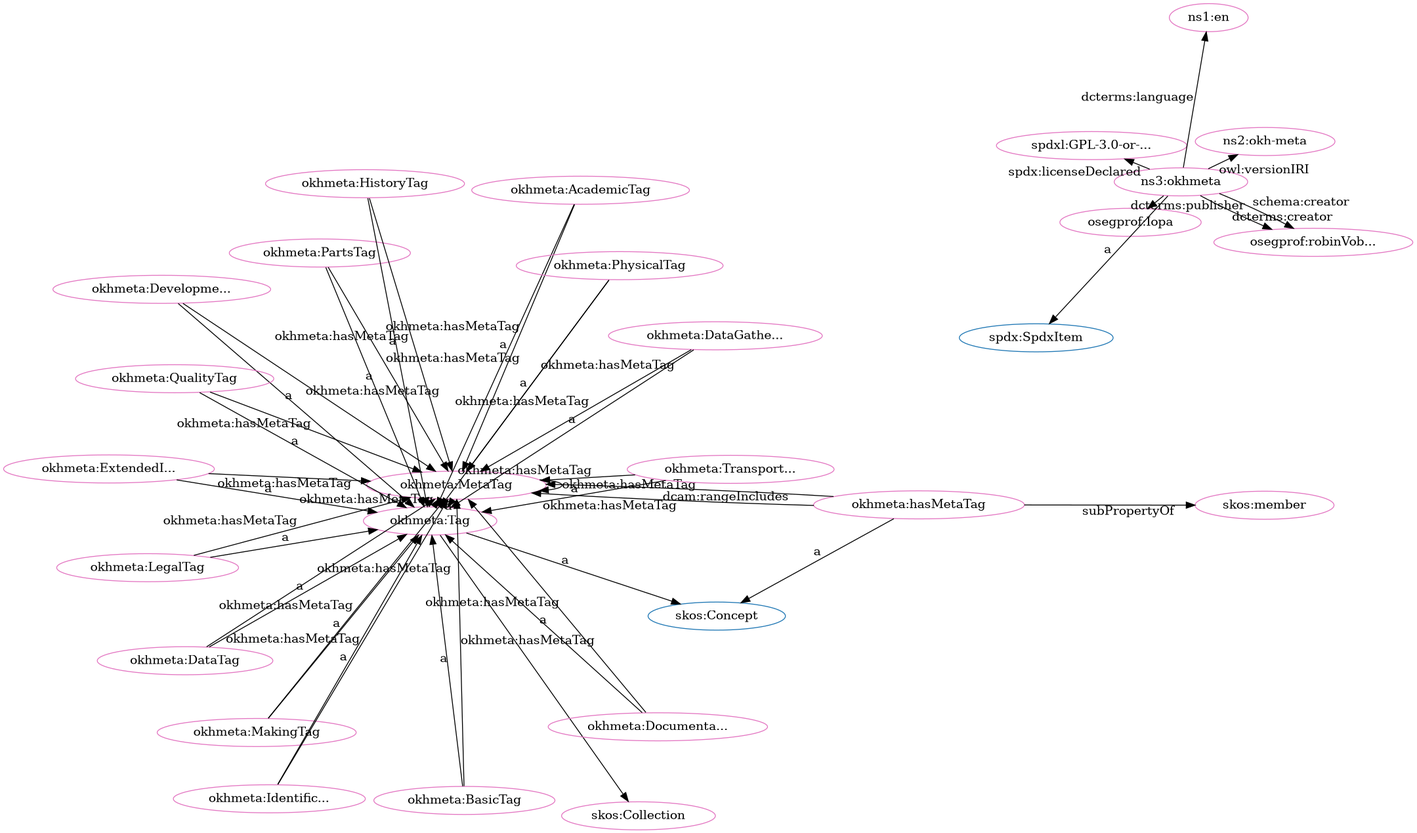
This is src/spec/dot_okh-meta-clean.png from iop-alliance/OpenKnowHow, a Graphviz export, as it was before one commit. Its source is kept beside it as src/spec/dot_okh-meta-clean.dot.
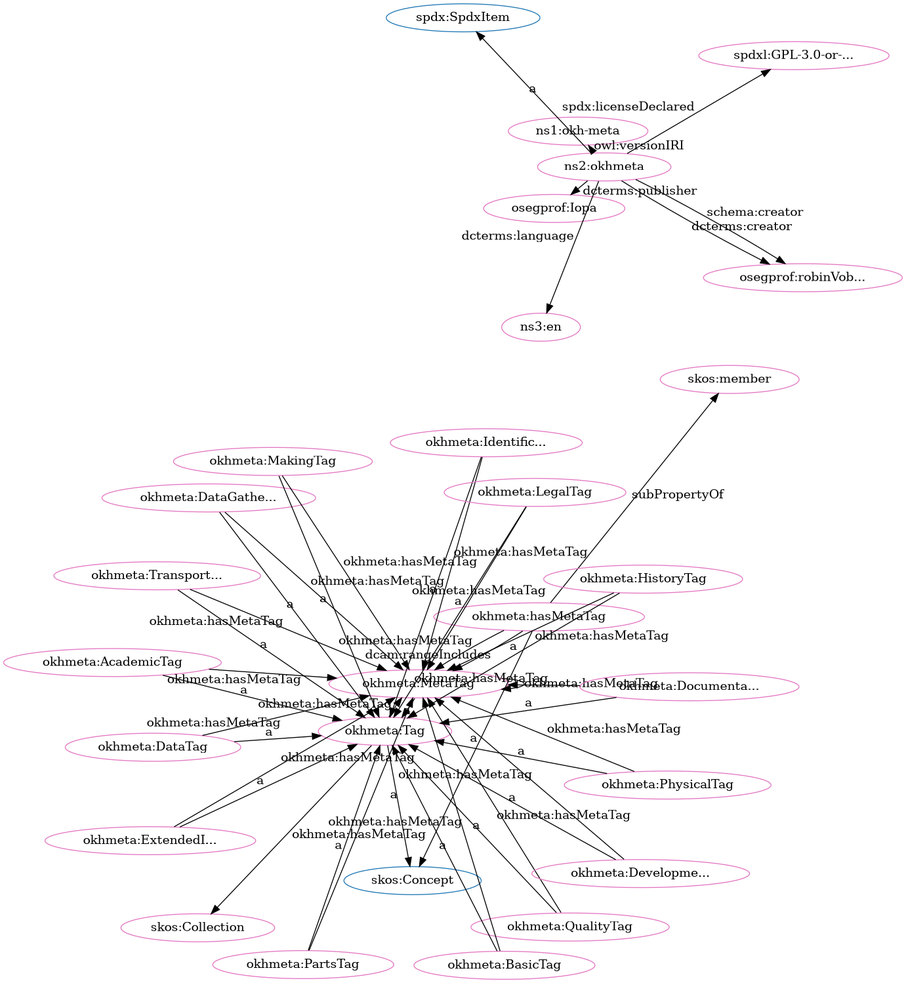
After the change.

What changed in the source:
```diff
@@ -1,80 +1,80 @@
 digraph G {
   rankdir=BT
   node[height=.3]
+"http://w3id.org/oseg/ont/okhmeta#Tag" [fillcolor="#1f77b4" color="#1f77b4" label="okhmeta:Tag"]
 "http://www.w3.org/2004/02/skos/core#Collection" [fillcolor="#1f77b4" color="#1f77b4" label="skos:Collection"]
+"http://www.w3.org/2004/02/skos/core#Concept" [fillcolor="#1f77b4" color="#1f77b4" label="skos:Concept"]
 "http://spdx.org/rdf/terms#SpdxItem" [fillcolor="#1f77b4" color="#1f77b4" label="spdx:SpdxItem"]
-"http://www.w3.org/2004/02/skos/core#Concept" [fillcolor="#1f77b4" color="#1f77b4" label="skos:Concept"]
-"http://w3id.org/oseg/ont/okhmeta#Tag" [fillcolor="#1f77b4" color="#1f77b4" label="okhmeta:Tag"]
+"http://w3id.org/oseg/ont/okhmeta#DataGatheringTag" [fillcolor="#e377c2" color="#e377c2" label="okhmeta:DataGathe..."]
+"http://w3id.org/oseg/ont/oseg-profiles#robinVobruba" [fillcolor="#e377c2" color="#e377c2" label="osegprof:robinVob..."]
+"http://w3id.org/oseg/ont/okhmeta#TransportationTag" [fillcolor="#e377c2" color="#e377c2" label="okhmeta:Transport..."]
 "http://w3id.org/oseg/ont/okhmeta#MetaTag" [fillcolor="#e377c2" color="#e377c2" label="okhmeta:MetaTag"]
-"http://w3id.org/oseg/ont/oseg-profiles#robinVobruba" [fillcolor="#e377c2" color="#e377c2" label="osegprof:robinVob..."]
-"http://w3id.org/oseg/ont/okhmeta#DataGatheringTag" [fillcolor="#e377c2" color="#e377c2" label="okhmeta:DataGathe..."]
+"http://w3id.org/oseg/ont/okhmeta#ExtendedInfoTag" [fillcolor="#e377c2" color="#e377c2" label="okhmeta:ExtendedI..."]
+"http://w3id.org/oseg/ont/okhmeta#QualityTag" [fillcolor="#e377c2" color="#e377c2" label="okhmeta:QualityTag"]
+"http://w3id.org/oseg/ont/okhmeta#DataTag" [fillcolor="#e377c2" color="#e377c2" label="okhmeta:DataTag"]
 "http://w3id.org/oseg/ont/okhmeta#Tag" [fillcolor="#e377c2" color="#e377c2" label="okhmeta:Tag"]
+"http://w3id.org/oseg/ont/okhmeta#BasicTag" [fillcolor="#e377c2" color="#e377c2" label="okhmeta:BasicTag"]
+"http://w3id.org/oseg/ont/okhmeta#DevelopmentTag" [fillcolor="#e377c2" color="#e377c2" label="okhmeta:Developme..."]
 "http://w3id.org/oseg/ont/oseg-profiles#Iopa" [fillcolor="#e377c2" color="#e377c2" label="osegprof:Iopa"]
+"http://w3id.org/oseg/ont/1.1.0/okh-meta" [fillcolor="#e377c2" color="#e377c2" label="ns1:okh-meta"]
+"http://w3id.org/oseg/ont/okhmeta#MakingTag" [fillcolor="#e377c2" color="#e377c2" label="okhmeta:MakingTag"]
+"http://w3id.org/oseg/ont/okhmeta#hasMetaTag" [fillcolor="#e377c2" color="#e377c2" label="okhmeta:hasMetaTag"]
+"http://w3id.org/oseg/ont/okhmeta" [fillcolor="#e377c2" color="#e377c2" label="ns2:okhmeta"]
+"http://spdx.org/licenses/GPL-3.0-or-later" [fillcolor="#e377c2" color="#e377c2" label="spdxl:GPL-3.0-or-..."]
 "http://w3id.org/oseg/ont/okhmeta#AcademicTag" [fillcolor="#e377c2" color="#e377c2" label="okhmeta:AcademicTag"]
+"http://w3id.org/oseg/ont/okhmeta#IdentificationTag" [fillcolor="#e377c2" color="#e377c2" label="okhmeta:Identific..."]
+"http://w3id.org/oseg/ont/okhmeta#LegalTag" [fillcolor="#e377c2" color="#e377c2" label="okhmeta:LegalTag"]
+"http://w3id.org/oseg/ont/okhmeta#HistoryTag" [fillcolor="#e377c2" color="#e377c2" label="okhmeta:HistoryTag"]
+"http://w3id.org/oseg/ont/okhmeta#PartsTag" [fillcolor="#e377c2" color="#e377c2" label="okhmeta:PartsTag"]
+"http://www.w3.org/2004/02/skos/core#member" [fillcolor="#e377c2" color="#e377c2" label="skos:member"]
+"http://id.loc.gov/vocabulary/iso639-1/en" [fillcolor="#e377c2" color="#e377c2" label="ns3:en"]
+"http://w3id.org/oseg/ont/okhmeta#DocumentationTag" [fillcolor="#e377c2" color="#e377c2" label="okhmeta:Documenta..."]
 "http://www.w3.org/2004/02/skos/core#Collection" [fillcolor="#e377c2" color="#e377c2" label="skos:Collection"]
-"http://w3id.org/oseg/ont/okhmeta#MakingTag" [fillcolor="#e377c2" color="#e377c2" label="okhmeta:MakingTag"]
-"http://w3id.org/oseg/ont/okhmeta#BasicTag" [fillcolor="#e377c2" color="#e377c2" label="okhmeta:BasicTag"]
-"http://w3id.org/oseg/ont/okhmeta#IdentificationTag" [fillcolor="#e377c2" color="#e377c2" label="okhmeta:Identific..."]
-"http://spdx.org/licenses/GPL-3.0-or-later" [fillcolor="#e377c2" color="#e377c2" label="spdxl:GPL-3.0-or-..."]
-"http://www.w3.org/2004/02/skos/core#member" [fillcolor="#e377c2" color="#e377c2" label="skos:member"]
-"http://id.loc.gov/vocabulary/iso639-1/en" [fillcolor="#e377c2" color="#e377c2" label="ns1:en"]
-"http://w3id.org/oseg/ont/okhmeta#LegalTag" [fillcolor="#e377c2" color="#e377c2" label="okhmeta:LegalTag"]
-"http://w3id.org/oseg/ont/okhmeta#ExtendedInfoTag" [fillcolor="#e377c2" color="#e377c2" label="okhmeta:ExtendedI..."]
-"http://w3id.org/oseg/ont/okhmeta#hasMetaTag" [fillcolor="#e377c2" color="#e377c2" label="okhmeta:hasMetaTag"]
-"http://w3id.org/oseg/ont/okhmeta#DevelopmentTag" [fillcolor="#e377c2" color="#e377c2" label="okhmeta:Developme..."]
-"http://w3id.org/oseg/ont/1.1.0/okh-meta" [fillcolor="#e377c2" color="#e377c2" label="ns2:okh-meta"]
-"http://w3id.org/oseg/ont/okhmeta#PartsTag" [fillcolor="#e377c2" color="#e377c2" label="okhmeta:PartsTag"]
-"http://w3id.org/oseg/ont/okhmeta#HistoryTag" [fillcolor="#e377c2" color="#e377c2" label="okhmeta:HistoryTag"]
 "http://w3id.org/oseg/ont/okhmeta#PhysicalTag" [fillcolor="#e377c2" color="#e377c2" label="okhmeta:PhysicalTag"]
-"http://w3id.org/oseg/ont/okhmeta#TransportationTag" [fillcolor="#e377c2" color="#e377c2" label="okhmeta:Transport..."]
-"http://w3id.org/oseg/ont/okhmeta#DocumentationTag" [fillcolor="#e377c2" color="#e377c2" label="okhmeta:Documenta..."]
-"http://w3id.org/oseg/ont/okhmeta#QualityTag" [fillcolor="#e377c2" color="#e377c2" label="okhmeta:QualityTag"]
-"http://w3id.org/oseg/ont/okhmeta" [fillcolor="#e377c2" color="#e377c2" label="ns3:okhmeta"]
-"http://w3id.org/oseg/ont/okhmeta#DataTag" [fillcolor="#e377c2" color="#e377c2" label="okhmeta:DataTag"]
+  "http://w3id.org/oseg/ont/okhmeta" -> "http://w3id.org/oseg/ont/oseg-profiles#robinVobruba" [label="schema:creator"]
+  "http://w3id.org/oseg/ont/okhmeta#TransportationTag" -> "http://w3id.org/oseg/ont/okhmeta#Tag" [label="a"]
+  "http://w3id.org/oseg/ont/okhmeta#LegalTag" -> "http://w3id.org/oseg/ont/okhmeta#MetaTag" [label="okhmeta:hasMetaTag"]
+  "http://w3id.org/oseg/ont/okhmeta#DataTag" -> "http://w3id.org/oseg/ont/okhmeta#MetaTag" [label="okhmeta:hasMetaTag"]
+  "http://w3id.org/oseg/ont/okhmeta#ExtendedInfoTag" -> "http://w3id.org/oseg/ont/okhmeta#Tag" [label="a"]
+  "http://w3id.org/oseg/ont/okhmeta#QualityTag" -> "http://w3id.org/oseg/ont/okhmeta#Tag" [label="a"]
+  "http://w3id.org/oseg/ont/okhmeta#DataTag" -> "http://w3id.org/oseg/ont/okhmeta#Tag" [label="a"]
+  "http://w3id.org/oseg/ont/okhmeta#HistoryTag" -> "http://w3id.org/oseg/ont/okhmeta#MetaTag" [label="okhmeta:hasMetaTag"]
+  "http://w3id.org/oseg/ont/okhmeta#hasMetaTag" -> "http://w3id.org/oseg/ont/okhmeta#MetaTag" [label="dcam:rangeIncludes"]
+  "http://w3id.org/oseg/ont/okhmeta" -> "http://w3id.org/oseg/ont/oseg-profiles#robinVobruba" [label="dcterms:creator"]
+  "http://w3id.org/oseg/ont/okhmeta" -> "http://w3id.org/oseg/ont/1.1.0/okh-meta" [label="owl:versionIRI"]
+  "http://w3id.org/oseg/ont/okhmeta#MakingTag" -> "http://w3id.org/oseg/ont/okhmeta#Tag" [label="a"]
+  "http://w3id.org/oseg/ont/okhmeta#DataGatheringTag" -> "http://w3id.org/oseg/ont/okhmeta#MetaTag" [label="okhmeta:hasMetaTag"]
+  "http://w3id.org/oseg/ont/okhmeta#hasMetaTag" -> "http://www.w3.org/2004/02/skos/core#Concept" [label="a"]
+  "http://w3id.org/oseg/ont/okhmeta#LegalTag" -> "http://w3id.org/oseg/ont/okhmeta#Tag" [label="a"]
+  "http://w3id.org/oseg/ont/okhmeta" -> "http://spdx.org/rdf/terms#SpdxItem" [label="a"]
+  "http://w3id.org/oseg/ont/okhmeta#HistoryTag" -> "http://w3id.org/oseg/ont/okhmeta#Tag" [label="a"]
+  "http://w3id.org/oseg/ont/okhmeta#ExtendedInfoTag" -> "http://w3id.org/oseg/ont/okhmeta#MetaTag" [label="okhmeta:hasMetaTag"]
+  "http://w3id.org/oseg/ont/okhmeta#PartsTag" -> "http://w3id.org/oseg/ont/okhmeta#Tag" [label="a"]
+  "http://w3id.org/oseg/ont/okhmeta#hasMetaTag" -> "http://www.w3.org/2004/02/skos/core#member" [label="subPropertyOf"]
+  "http://w3id.org/oseg/ont/okhmeta" -> "http://id.loc.gov/vocabulary/iso639-1/en" [label="dcterms:language"]
+  "http://w3id.org/oseg/ont/okhmeta#DocumentationTag" -> "http://w3id.org/oseg/ont/okhmeta#Tag" [label="a"]
+  "http://w3id.org/oseg/ont/okhmeta#Tag" -> "http://www.w3.org/2004/02/skos/core#Collection" [label=""]
+  "http://w3id.org/oseg/ont/okhmeta#BasicTag" -> "http://w3id.org/oseg/ont/okhmeta#MetaTag" [label="okhmeta:hasMetaTag"]
+  "http://w3id.org/oseg/ont/okhmeta#DocumentationTag" -> "http://w3id.org/oseg/ont/okhmeta#MetaTag" [label="okhmeta:hasMetaTag"]
+  "http://w3id.org/oseg/ont/okhmeta#MakingTag" -> "http://w3id.org/oseg/ont/okhmeta#MetaTag" [label="okhmeta:hasMetaTag"]
+  "http://w3id.org/oseg/ont/okhmeta#DataGatheringTag" -> "http://w3id.org/oseg/ont/okhmeta#Tag" [label="a"]
   "http://w3id.org/oseg/ont/okhmeta#QualityTag" -> "http://w3id.org/oseg/ont/okhmeta#MetaTag" [label="okhmeta:hasMetaTag"]
   "http://w3id.org/oseg/ont/okhmeta#Tag" -> "http://www.w3.org/2004/02/skos/core#Concept" [label="a"]
+  "http://w3id.org/oseg/ont/okhmeta#Tag" -> "http://w3id.org/oseg/ont/okhmeta#MetaTag" [label="okhmeta:hasMetaTag"]
+  "http://w3id.org/oseg/ont/okhmeta#PartsTag" -> "http://w3id.org/oseg/ont/okhmeta#MetaTag" [label="okhmeta:hasMetaTag"]
+  "http://w3id.org/oseg/ont/okhmeta#DevelopmentTag" -> "http://w3id.org/oseg/ont/okhmeta#MetaTag" [label="okhmeta:hasMetaTag"]
+  "http://w3id.org/oseg/ont/okhmeta#BasicTag" -> "http://w3id.org/oseg/ont/okhmeta#Tag" [label="a"]
+  "http://w3id.org/oseg/ont/okhmeta#DevelopmentTag" -> "http://w3id.org/oseg/ont/okhmeta#Tag" [label="a"]
+  "http://w3id.org/oseg/ont/okhmeta#PhysicalTag" -> "http://w3id.org/oseg/ont/okhmeta#MetaTag" [label="okhmeta:hasMetaTag"]
+  "http://w3id.org/oseg/ont/okhmeta" -> "http://w3id.org/oseg/ont/oseg-profiles#Iopa" [label="dcterms:publisher"]
+  "http://w3id.org/oseg/ont/okhmeta#AcademicTag" -> "http://w3id.org/oseg/ont/okhmeta#MetaTag" [label="okhmeta:hasMetaTag"]
+  "http://w3id.org/oseg/ont/okhmeta#hasMetaTag" -> "http://w3id.org/oseg/ont/okhmeta#MetaTag" [label="okhmeta:hasMetaTag"]
+  "http://w3id.org/oseg/ont/okhmeta" -> "http://spdx.org/licenses/GPL-3.0-or-later" [label="spdx:licenseDeclared"]
   "http://w3id.org/oseg/ont/okhmeta#AcademicTag" -> "http://w3id.org/oseg/ont/okhmeta#Tag" [label="a"]
-  "http://w3id.org/oseg/ont/okhmeta#Tag" -> "http://www.w3.org/2004/02/skos/core#Collection" [label=""]
-  "http://w3id.org/oseg/ont/okhmeta#MakingTag" -> "http://w3id.org/oseg/ont/okhmeta#Tag" [label="a"]
-  "http://w3id.org/oseg/ont/okhmeta#hasMetaTag" -> "http://w3id.org/oseg/ont/okhmeta#MetaTag" [label="okhmeta:hasMetaTag"]
   "http://w3id.org/oseg/ont/okhmeta#IdentificationTag" -> "http://w3id.org/oseg/ont/okhmeta#Tag" [label="a"]
-  "http://w3id.org/oseg/ont/okhmeta#PhysicalTag" -> "http://w3id.org/oseg/ont/okhmeta#MetaTag" [label="okhmeta:hasMetaTag"]
-  "http://w3id.org/oseg/ont/okhmeta#hasMetaTag" -> "http://www.w3.org/2004/02/skos/core#member" [label="subPropertyOf"]
-  "http://w3id.org/oseg/ont/okhmeta#LegalTag" -> "http://w3id.org/oseg/ont/okhmeta#Tag" [label="a"]
-  "http://w3id.org/oseg/ont/okhmeta#ExtendedInfoTag" -> "http://w3id.org/oseg/ont/okhmeta#Tag" [label="a"]
-  "http://w3id.org/oseg/ont/okhmeta#DevelopmentTag" -> "http://w3id.org/oseg/ont/okhmeta#Tag" [label="a"]
-  "http://w3id.org/oseg/ont/okhmeta" -> "http://w3id.org/oseg/ont/1.1.0/okh-meta" [label="owl:versionIRI"]
-  "http://w3id.org/oseg/ont/okhmeta#DataTag" -> "http://w3id.org/oseg/ont/okhmeta#MetaTag" [label="okhmeta:hasMetaTag"]
+  "http://w3id.org/oseg/ont/okhmeta#MetaTag" -> "http://w3id.org/oseg/ont/okhmeta#MetaTag" [label="okhmeta:hasMetaTag"]
+  "http://w3id.org/oseg/ont/okhmeta#IdentificationTag" -> "http://w3id.org/oseg/ont/okhmeta#MetaTag" [label="okhmeta:hasMetaTag"]
+  "http://w3id.org/oseg/ont/okhmeta#TransportationTag" -> "http://w3id.org/oseg/ont/okhmeta#MetaTag" [label="okhmeta:hasMetaTag"]
   "http://w3id.org/oseg/ont/okhmeta#MetaTag" -> "http://w3id.org/oseg/ont/okhmeta#Tag" [label="a"]
-  "http://w3id.org/oseg/ont/okhmeta#PartsTag" -> "http://w3id.org/oseg/ont/okhmeta#Tag" [label="a"]
-  "http://w3id.org/oseg/ont/okhmeta#MetaTag" -> "http://w3id.org/oseg/ont/okhmeta#MetaTag" [label="okhmeta:hasMetaTag"]
-  "http://w3id.org/oseg/ont/okhmeta#PartsTag" -> "http://w3id.org/oseg/ont/okhmeta#MetaTag" [label="okhmeta:hasMetaTag"]
-  "http://w3id.org/oseg/ont/okhmeta#TransportationTag" -> "http://w3id.org/oseg/ont/okhmeta#Tag" [label="a"]
-  "http://w3id.org/oseg/ont/okhmeta#QualityTag" -> "http://w3id.org/oseg/ont/okhmeta#Tag" [label="a"]
-  "http://w3id.org/oseg/ont/okhmeta" -> "http://spdx.org/rdf/terms#SpdxItem" [label="a"]
-  "http://w3id.org/oseg/ont/okhmeta#LegalTag" -> "http://w3id.org/oseg/ont/okhmeta#MetaTag" [label="okhmeta:hasMetaTag"]
-  "http://w3id.org/oseg/ont/okhmeta#DocumentationTag" -> "http://w3id.org/oseg/ont/okhmeta#MetaTag" [label="okhmeta:hasMetaTag"]
-  "http://w3id.org/oseg/ont/okhmeta" -> "http://w3id.org/oseg/ont/oseg-profiles#robinVobruba" [label="schema:creator"]
-  "http://w3id.org/oseg/ont/okhmeta#DataGatheringTag" -> "http://w3id.org/oseg/ont/okhmeta#Tag" [label="a"]
-  "http://w3id.org/oseg/ont/okhmeta#DevelopmentTag" -> "http://w3id.org/oseg/ont/okhmeta#MetaTag" [label="okhmeta:hasMetaTag"]
-  "http://w3id.org/oseg/ont/okhmeta#Tag" -> "http://w3id.org/oseg/ont/okhmeta#MetaTag" [label="okhmeta:hasMetaTag"]
-  "http://w3id.org/oseg/ont/okhmeta" -> "http://w3id.org/oseg/ont/oseg-profiles#Iopa" [label="dcterms:publisher"]
-  "http://w3id.org/oseg/ont/okhmeta#BasicTag" -> "http://w3id.org/oseg/ont/okhmeta#Tag" [label="a"]
-  "http://w3id.org/oseg/ont/okhmeta" -> "http://spdx.org/licenses/GPL-3.0-or-later" [label="spdx:licenseDeclared"]
-  "http://w3id.org/oseg/ont/okhmeta#BasicTag" -> "http://w3id.org/oseg/ont/okhmeta#MetaTag" [label="okhmeta:hasMetaTag"]
-  "http://w3id.org/oseg/ont/okhmeta" -> "http://id.loc.gov/vocabulary/iso639-1/en" [label="dcterms:language"]
-  "http://w3id.org/oseg/ont/okhmeta#AcademicTag" -> "http://w3id.org/oseg/ont/okhmeta#MetaTag" [label="okhmeta:hasMetaTag"]
-  "http://w3id.org/oseg/ont/okhmeta#MakingTag" -> "http://w3id.org/oseg/ont/okhmeta#MetaTag" [label="okhmeta:hasMetaTag"]
-  "http://w3id.org/oseg/ont/okhmeta#IdentificationTag" -> "http://w3id.org/oseg/ont/okhmeta#MetaTag" [label="okhmeta:hasMetaTag"]
-  "http://w3id.org/oseg/ont/okhmeta" -> "http://w3id.org/oseg/ont/oseg-profiles#robinVobruba" [label="dcterms:creator"]
-  "http://w3id.org/oseg/ont/okhmeta#ExtendedInfoTag" -> "http://w3id.org/oseg/ont/okhmeta#MetaTag" [label="okhmeta:hasMetaTag"]
-  "http://w3id.org/oseg/ont/okhmeta#hasMetaTag" -> "http://www.w3.org/2004/02/skos/core#Concept" [label="a"]
-  "http://w3id.org/oseg/ont/okhmeta#HistoryTag" -> "http://w3id.org/oseg/ont/okhmeta#Tag" [label="a"]
   "http://w3id.org/oseg/ont/okhmeta#PhysicalTag" -> "http://w3id.org/oseg/ont/okhmeta#Tag" [label="a"]
-  "http://w3id.org/oseg/ont/okhmeta#DataGatheringTag" -> "http://w3id.org/oseg/ont/okhmeta#MetaTag" [label="okhmeta:hasMetaTag"]
-  "http://w3id.org/oseg/ont/okhmeta#DocumentationTag" -> "http://w3id.org/oseg/ont/okhmeta#Tag" [label="a"]
-  "http://w3id.org/oseg/ont/okhmeta#HistoryTag" -> "http://w3id.org/oseg/ont/okhmeta#MetaTag" [label="okhmeta:hasMetaTag"]
-  "http://w3id.org/oseg/ont/okhmeta#hasMetaTag" -> "http://w3id.org/oseg/ont/okhmeta#MetaTag" [label="dcam:rangeIncludes"]
-  "http://w3id.org/oseg/ont/okhmeta#TransportationTag" -> "http://w3id.org/oseg/ont/okhmeta#MetaTag" [label="okhmeta:hasMetaTag"]
-  "http://w3id.org/oseg/ont/okhmeta#DataTag" -> "http://w3id.org/oseg/ont/okhmeta#Tag" [label="a"]
 }
```
